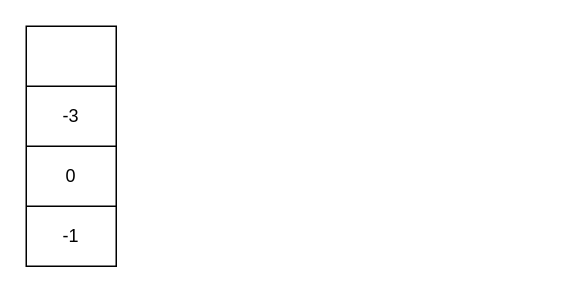
The draw.io diagram page "Q30" (2 of 2) of architecture-algorithms/src/main/java/com/tenstone/leet/algorithm/swordoffer/diagram.drawio in mozhou-tech/java-in-depth, before the edit. Source tidied: cells renumbered, new cells numbered last; positions are measured from the earlier drawing's top-left corner, leaving out a move shared by most shapes. Both pictures are drawn from the tidied source at 150%, with x=0, y=0 at pixel (26, 26).
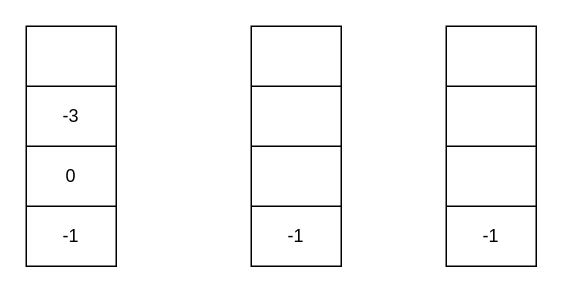
The same page after the edit.

Change to the diagram source:
```diff
@@
+    <mxCell id="11" style="shape=table;html=1;whiteSpace=wrap;startSize=0;childLayout=tableLayout;" parent="1" vertex="1">
+      <mxGeometry x="150" width="60" height="160" as="geometry" />
+    </mxCell>
+    <mxCell id="12" style="shape=partialRectangle;html=1;whiteSpace=wrap;fillColor=none;top=0;left=0;bottom=0;right=0;" parent="11" vertex="1">
+      <mxGeometry width="60" height="40" as="geometry" />
+    </mxCell>
+    <mxCell id="13" style="shape=partialRectangle;html=1;whiteSpace=wrap;overflow=hidden;fillColor=none;top=0;left=0;bottom=0;right=0;" parent="12" vertex="1">
+      <mxGeometry width="60" height="40" as="geometry" />
+    </mxCell>
+    <mxCell id="14" style="shape=partialRectangle;html=1;whiteSpace=wrap;fillColor=none;top=0;left=0;bottom=0;right=0;" parent="11" vertex="1">
+      <mxGeometry y="40" width="60" height="40" as="geometry" />
+    </mxCell>
+    <mxCell id="15" style="shape=partialRectangle;html=1;whiteSpace=wrap;overflow=hidden;fillColor=none;top=0;left=0;bottom=0;right=0;" parent="14" vertex="1">
+      <mxGeometry width="60" height="40" as="geometry" />
+    </mxCell>
+    <mxCell id="16" style="shape=partialRectangle;html=1;whiteSpace=wrap;fillColor=none;top=0;left=0;bottom=0;right=0;" parent="11" vertex="1">
+      <mxGeometry y="80" width="60" height="40" as="geometry" />
+    </mxCell>
+    <mxCell id="17" style="shape=partialRectangle;html=1;whiteSpace=wrap;overflow=hidden;fillColor=none;top=0;left=0;bottom=0;right=0;" parent="16" vertex="1">
+      <mxGeometry width="60" height="40" as="geometry" />
+    </mxCell>
+    <mxCell id="18" style="shape=partialRectangle;html=1;whiteSpace=wrap;fillColor=none;top=0;left=0;bottom=0;right=0;" parent="11" vertex="1">
+      <mxGeometry y="120" width="60" height="40" as="geometry" />
+    </mxCell>
+    <mxCell id="19" value="-1" style="shape=partialRectangle;html=1;whiteSpace=wrap;overflow=hidden;fillColor=none;top=0;left=0;bottom=0;right=0;" parent="18" vertex="1">
+      <mxGeometry width="60" height="40" as="geometry" />
+    </mxCell>
+    <mxCell id="20" style="shape=table;html=1;whiteSpace=wrap;startSize=0;childLayout=tableLayout;" parent="1" vertex="1">
+      <mxGeometry x="280" width="60" height="160" as="geometry" />
+    </mxCell>
+    <mxCell id="21" style="shape=partialRectangle;html=1;whiteSpace=wrap;fillColor=none;top=0;left=0;bottom=0;right=0;" parent="20" vertex="1">
+      <mxGeometry width="60" height="40" as="geometry" />
+    </mxCell>
+    <mxCell id="22" style="shape=partialRectangle;html=1;whiteSpace=wrap;overflow=hidden;fillColor=none;top=0;left=0;bottom=0;right=0;" parent="21" vertex="1">
+      <mxGeometry width="60" height="40" as="geometry" />
+    </mxCell>
+    <mxCell id="23" style="shape=partialRectangle;html=1;whiteSpace=wrap;fillColor=none;top=0;left=0;bottom=0;right=0;" parent="20" vertex="1">
+      <mxGeometry y="40" width="60" height="40" as="geometry" />
+    </mxCell>
+    <mxCell id="24" style="shape=partialRectangle;html=1;whiteSpace=wrap;overflow=hidden;fillColor=none;top=0;left=0;bottom=0;right=0;" parent="23" vertex="1">
+      <mxGeometry width="60" height="40" as="geometry" />
+    </mxCell>
+    <mxCell id="25" style="shape=partialRectangle;html=1;whiteSpace=wrap;fillColor=none;top=0;left=0;bottom=0;right=0;" parent="20" vertex="1">
+      <mxGeometry y="80" width="60" height="40" as="geometry" />
+    </mxCell>
+    <mxCell id="26" style="shape=partialRectangle;html=1;whiteSpace=wrap;overflow=hidden;fillColor=none;top=0;left=0;bottom=0;right=0;" parent="25" vertex="1">
+      <mxGeometry width="60" height="40" as="geometry" />
+    </mxCell>
+    <mxCell id="27" style="shape=partialRectangle;html=1;whiteSpace=wrap;fillColor=none;top=0;left=0;bottom=0;right=0;" parent="20" vertex="1">
+      <mxGeometry y="120" width="60" height="40" as="geometry" />
+    </mxCell>
+    <mxCell id="28" value="-1" style="shape=partialRectangle;html=1;whiteSpace=wrap;overflow=hidden;fillColor=none;top=0;left=0;bottom=0;right=0;" parent="27" vertex="1">
+      <mxGeometry width="60" height="40" as="geometry" />
+    </mxCell>
```
